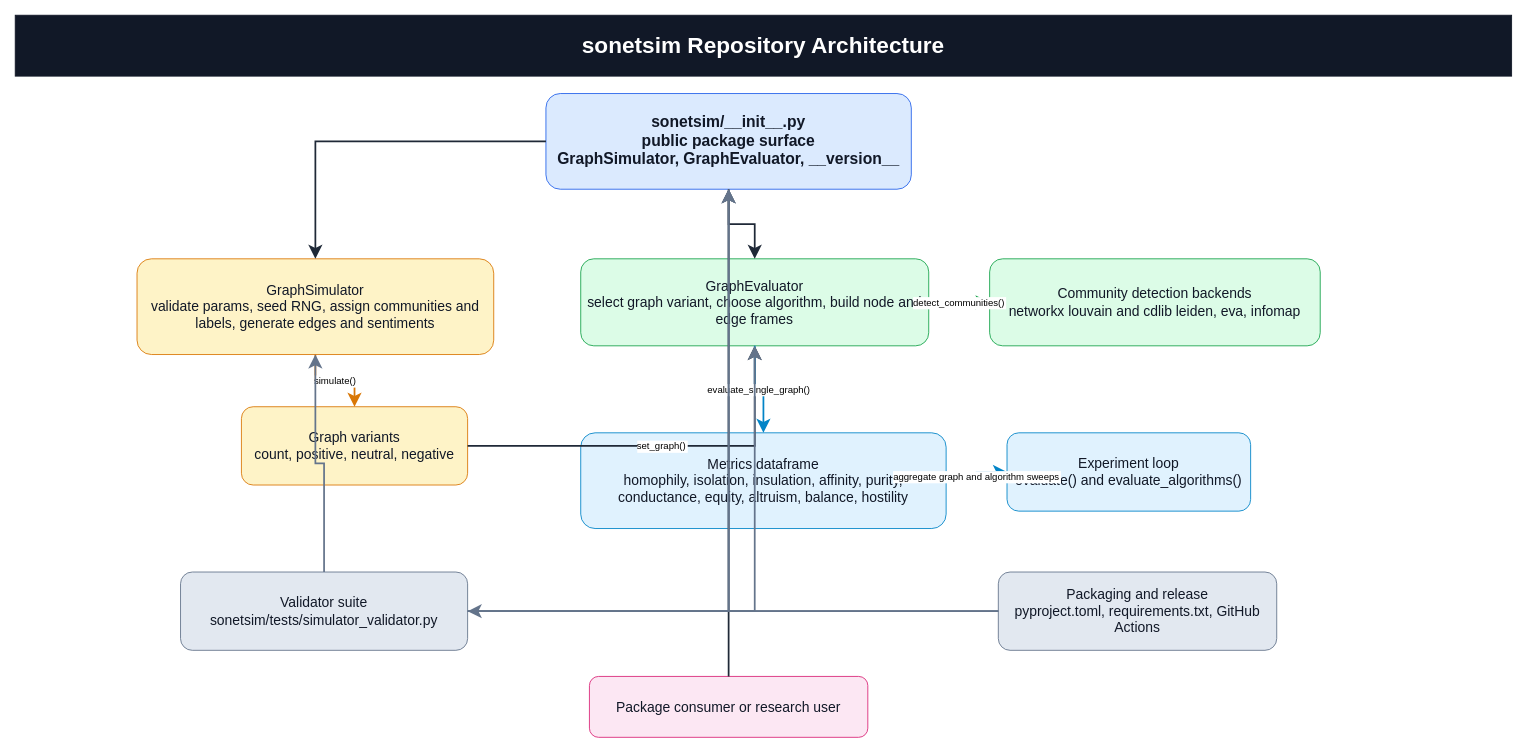
casonk/sonetsim keeps this draw.io diagram as docs/diagrams/repo-architecture.drawio. Above is the earlier version. Source tidied: cells renumbered, new cells numbered last; positions are measured from the earlier drawing's top-left corner, leaving out a move shared by most shapes. Both pictures are drawn from the tidied source at 87%, with x=0, y=0 at pixel (15, 15).
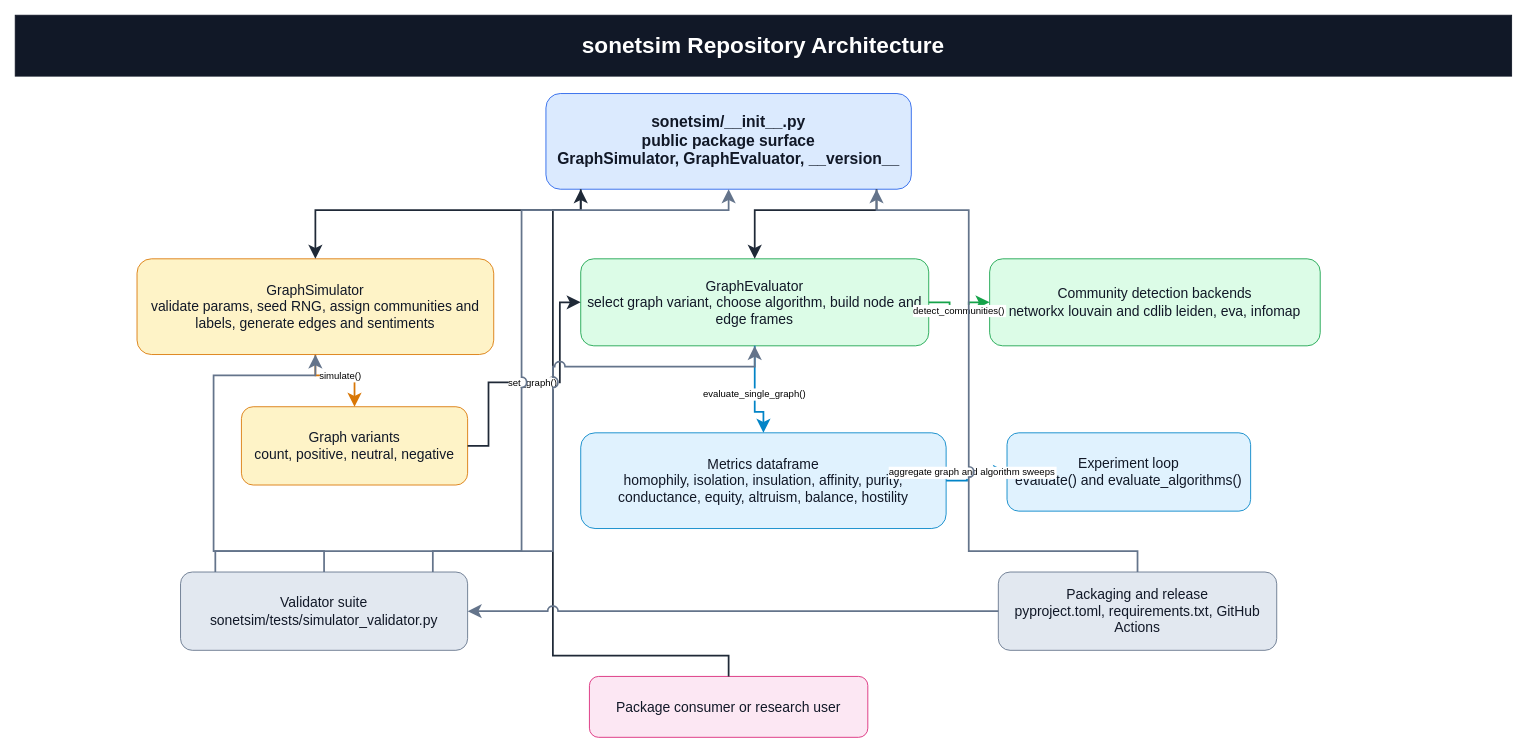
The same page after the edit.

Commit message (it also covers changes not shown here):
fix: refresh drawio architecture routes

Unchanged cells that the change refers to:
```xml
<mxCell id="3" value="sonetsim/__init__.py&#10;public package surface&#10;GraphSimulator, GraphEvaluator, __version__" style="rounded=1;whiteSpace=wrap;html=0;fillColor=#DBEAFE;strokeColor=#2563EB;fontColor=#111827;fontSize=18;fontStyle=1;align=center;verticalAlign=middle;spacing=8;" parent="1" vertex="1">
  <mxGeometry x="610" y="90" width="420" height="110" as="geometry" />
</mxCell>
<mxCell id="4" value="GraphSimulator&#10;validate params, seed RNG, assign communities and labels, generate edges and sentiments" style="rounded=1;whiteSpace=wrap;html=0;fillColor=#FEF3C7;strokeColor=#D97706;fontColor=#111827;fontSize=16;align=center;verticalAlign=middle;spacing=8;" parent="1" vertex="1">
  <mxGeometry x="140" y="280" width="410" height="110" as="geometry" />
</mxCell>
<mxCell id="5" value="Graph variants&#10;count, positive, neutral, negative" style="rounded=1;whiteSpace=wrap;html=0;fillColor=#FEF3C7;strokeColor=#D97706;fontColor=#111827;fontSize=16;align=center;verticalAlign=middle;spacing=8;" parent="1" vertex="1">
  <mxGeometry x="260" y="450" width="260" height="90" as="geometry" />
</mxCell>
<mxCell id="6" value="GraphEvaluator&#10;select graph variant, choose algorithm, build node and edge frames" style="rounded=1;whiteSpace=wrap;html=0;fillColor=#DCFCE7;strokeColor=#16A34A;fontColor=#111827;fontSize=16;align=center;verticalAlign=middle;spacing=8;" parent="1" vertex="1">
  <mxGeometry x="650" y="280" width="400" height="100" as="geometry" />
</mxCell>
<mxCell id="7" value="Community detection backends&#10;networkx louvain and cdlib leiden, eva, infomap" style="rounded=1;whiteSpace=wrap;html=0;fillColor=#DCFCE7;strokeColor=#16A34A;fontColor=#111827;fontSize=16;align=center;verticalAlign=middle;spacing=8;" parent="1" vertex="1">
  <mxGeometry x="1120" y="280" width="380" height="100" as="geometry" />
</mxCell>
<mxCell id="8" value="Metrics dataframe&#10;homophily, isolation, insulation, affinity, purity, conductance, equity, altruism, balance, hostility" style="rounded=1;whiteSpace=wrap;html=0;fillColor=#E0F2FE;strokeColor=#0284C7;fontColor=#111827;fontSize=16;align=center;verticalAlign=middle;spacing=8;" parent="1" vertex="1">
  <mxGeometry x="650" y="480" width="420" height="110" as="geometry" />
</mxCell>
<mxCell id="9" value="Experiment loop&#10;evaluate() and evaluate_algorithms()" style="rounded=1;whiteSpace=wrap;html=0;fillColor=#E0F2FE;strokeColor=#0284C7;fontColor=#111827;fontSize=16;align=center;verticalAlign=middle;spacing=8;" parent="1" vertex="1">
  <mxGeometry x="1140" y="480" width="280" height="90" as="geometry" />
</mxCell>
<mxCell id="10" value="Validator suite&#10;sonetsim/tests/simulator_validator.py" style="rounded=1;whiteSpace=wrap;html=0;fillColor=#E2E8F0;strokeColor=#64748B;fontColor=#111827;fontSize=16;align=center;verticalAlign=middle;spacing=8;" parent="1" vertex="1">
  <mxGeometry x="190" y="640" width="330" height="90" as="geometry" />
</mxCell>
<mxCell id="11" value="Packaging and release&#10;pyproject.toml, requirements.txt, GitHub Actions" style="rounded=1;whiteSpace=wrap;html=0;fillColor=#E2E8F0;strokeColor=#64748B;fontColor=#111827;fontSize=16;align=center;verticalAlign=middle;spacing=8;" parent="1" vertex="1">
  <mxGeometry x="1130" y="640" width="320" height="90" as="geometry" />
</mxCell>
<mxCell id="12" value="Package consumer or research user" style="rounded=1;whiteSpace=wrap;html=0;fillColor=#FCE7F3;strokeColor=#DB2777;fontColor=#111827;fontSize=16;align=center;verticalAlign=middle;spacing=8;" parent="1" vertex="1">
  <mxGeometry x="660" y="760" width="320" height="70" as="geometry" />
</mxCell>
```

Change to the diagram source:
```diff
@@
-    <mxCell id="13" style="rounded=0;html=0;strokeColor=#1F2937;edgeStyle=orthogonalEdgeStyle;jettySize=12;endArrow=classic;endFill=1;endSize=10;strokeWidth=2;" parent="1" edge="1" source="12" target="3">
-      <mxGeometry relative="1" as="geometry" />
+    <mxCell id="13" style="rounded=0;html=0;strokeColor=#1F2937;edgeStyle=orthogonalEdgeStyle;jettySize=12;endArrow=classic;endFill=1;endSize=10;strokeWidth=2;jumpStyle=arc;jumpSize=10;" parent="1" edge="1" source="12" target="3">
+      <mxGeometry relative="1" as="geometry">
+        <Array as="points">
+          <mxPoint x="820" y="736" />
+          <mxPoint x="618" y="736" />
+          <mxPoint x="618" y="224" />
+          <mxPoint x="650" y="224" />
+        </Array>
+      </mxGeometry>
     </mxCell>
-    <mxCell id="14" style="rounded=0;html=0;strokeColor=#1F2937;edgeStyle=orthogonalEdgeStyle;jettySize=12;endArrow=classic;endFill=1;endSize=10;strokeWidth=2;" parent="1" edge="1" source="3" target="4">
-      <mxGeometry relative="1" as="geometry" />
+    <mxCell id="14" style="rounded=0;html=0;strokeColor=#1F2937;edgeStyle=orthogonalEdgeStyle;jettySize=12;endArrow=classic;endFill=1;endSize=10;strokeWidth=2;jumpStyle=arc;jumpSize=10;" parent="1" edge="1" source="3" target="4">
+      <mxGeometry relative="1" as="geometry">
+        <Array as="points">
+          <mxPoint x="650" y="224" />
+          <mxPoint x="345" y="224" />
+          <mxPoint x="345" y="256" />
+        </Array>
+      </mxGeometry>
     </mxCell>
-    <mxCell id="15" style="rounded=0;html=0;strokeColor=#1F2937;edgeStyle=orthogonalEdgeStyle;jettySize=12;endArrow=classic;endFill=1;endSize=10;strokeWidth=2;" parent="1" edge="1" source="3" target="6">
-      <mxGeometry relative="1" as="geometry" />
+    <mxCell id="15" style="rounded=0;html=0;strokeColor=#1F2937;edgeStyle=orthogonalEdgeStyle;jettySize=12;endArrow=classic;endFill=1;endSize=10;strokeWidth=2;jumpStyle=arc;jumpSize=10;" parent="1" edge="1" source="3" target="6">
+      <mxGeometry relative="1" as="geometry">
+        <Array as="points">
+          <mxPoint x="990" y="224" />
+          <mxPoint x="850" y="224" />
+          <mxPoint x="850" y="256" />
+        </Array>
+      </mxGeometry>
     </mxCell>
-    <mxCell id="16" value="simulate()" style="rounded=0;html=0;strokeColor=#D97706;edgeStyle=orthogonalEdgeStyle;jettySize=12;endArrow=classic;endFill=1;endSize=10;strokeWidth=2;" parent="1" edge="1" source="4" target="5">
-      <mxGeometry relative="1" as="geometry" />
+    <mxCell id="16" value="simulate()" style="rounded=0;html=0;strokeColor=#D97706;edgeStyle=orthogonalEdgeStyle;jettySize=12;endArrow=classic;endFill=1;endSize=10;strokeWidth=2;jumpStyle=arc;jumpSize=10;" parent="1" edge="1" source="4" target="5">
+      <mxGeometry relative="1" as="geometry">
+        <Array as="points">
+          <mxPoint x="345" y="414" />
+          <mxPoint x="390" y="414" />
+          <mxPoint x="390" y="426" />
+        </Array>
+      </mxGeometry>
     </mxCell>
-    <mxCell id="17" value="set_graph()" style="rounded=0;html=0;strokeColor=#1F2937;edgeStyle=orthogonalEdgeStyle;jettySize=12;endArrow=classic;endFill=1;endSize=10;strokeWidth=2;" parent="1" edge="1" source="5" target="6">
-      <mxGeometry relative="1" as="geometry" />
+    <mxCell id="17" value="set_graph()" style="rounded=0;html=0;strokeColor=#1F2937;edgeStyle=orthogonalEdgeStyle;jettySize=12;endArrow=classic;endFill=1;endSize=10;strokeWidth=2;jumpStyle=arc;jumpSize=10;" parent="1" edge="1" source="5" target="6">
+      <mxGeometry relative="1" as="geometry">
+        <Array as="points">
+          <mxPoint x="544" y="495" />
+          <mxPoint x="544" y="422" />
+          <mxPoint x="626" y="422" />
+          <mxPoint x="626" y="330" />
+        </Array>
+      </mxGeometry>
     </mxCell>
-    <mxCell id="18" value="detect_communities()" style="rounded=0;html=0;strokeColor=#16A34A;edgeStyle=orthogonalEdgeStyle;jettySize=12;endArrow=classic;endFill=1;endSize=10;strokeWidth=2;" parent="1" edge="1" source="6" target="7">
-      <mxGeometry relative="1" as="geometry" />
+    <mxCell id="18" value="detect_communities()" style="rounded=0;html=0;strokeColor=#16A34A;edgeStyle=orthogonalEdgeStyle;jettySize=12;endArrow=classic;endFill=1;endSize=10;strokeWidth=2;jumpStyle=arc;jumpSize=10;" parent="1" edge="1" source="6" target="7">
+      <mxGeometry relative="1" as="geometry">
+        <Array as="points">
+          <mxPoint x="1074" y="330" />
+          <mxPoint x="1074" y="339" />
+          <mxPoint x="1096" y="339" />
+          <mxPoint x="1096" y="330" />
+        </Array>
+      </mxGeometry>
     </mxCell>
-    <mxCell id="19" value="evaluate_single_graph()" style="rounded=0;html=0;strokeColor=#0284C7;edgeStyle=orthogonalEdgeStyle;jettySize=12;endArrow=classic;endFill=1;endSize=10;strokeWidth=2;" parent="1" edge="1" source="6" target="8">
-      <mxGeometry relative="1" as="geometry" />
+    <mxCell id="19" value="evaluate_single_graph()" style="rounded=0;html=0;strokeColor=#0284C7;edgeStyle=orthogonalEdgeStyle;jettySize=12;endArrow=classic;endFill=1;endSize=10;strokeWidth=2;jumpStyle=arc;jumpSize=10;" parent="1" edge="1" source="6" target="8">
+      <mxGeometry relative="1" as="geometry">
+        <Array as="points">
+          <mxPoint x="850" y="404" />
+          <mxPoint x="850" y="456" />
+          <mxPoint x="860" y="456" />
+        </Array>
+      </mxGeometry>
     </mxCell>
-    <mxCell id="20" value="aggregate graph and algorithm sweeps" style="rounded=0;html=0;strokeColor=#0284C7;edgeStyle=orthogonalEdgeStyle;jettySize=12;endArrow=classic;endFill=1;endSize=10;strokeWidth=2;" parent="1" edge="1" source="8" target="9">
-      <mxGeometry relative="1" as="geometry" />
+    <mxCell id="20" value="aggregate graph and algorithm sweeps" style="rounded=0;html=0;strokeColor=#0284C7;edgeStyle=orthogonalEdgeStyle;jettySize=12;endArrow=classic;endFill=1;endSize=10;strokeWidth=2;jumpStyle=arc;jumpSize=10;" parent="1" edge="1" source="8" target="9">
+      <mxGeometry relative="1" as="geometry">
+        <Array as="points">
+          <mxPoint x="1094" y="535" />
+          <mxPoint x="1094" y="525" />
+          <mxPoint x="1116" y="525" />
+        </Array>
+      </mxGeometry>
     </mxCell>
-    <mxCell id="21" style="rounded=0;html=0;strokeColor=#64748B;edgeStyle=orthogonalEdgeStyle;jettySize=12;endArrow=classic;endFill=1;endSize=10;strokeWidth=2;" parent="1" edge="1" source="10" target="3">
-      <mxGeometry relative="1" as="geometry" />
+    <mxCell id="21" style="rounded=0;html=0;strokeColor=#64748B;edgeStyle=orthogonalEdgeStyle;jettySize=12;endArrow=classic;endFill=1;endSize=10;strokeWidth=2;jumpStyle=arc;jumpSize=10;" parent="1" edge="1" source="10" target="3">
+      <mxGeometry relative="1" as="geometry">
+        <Array as="points">
+          <mxPoint x="230" y="616" />
+          <mxPoint x="582" y="616" />
+          <mxPoint x="582" y="224" />
+          <mxPoint x="820" y="224" />
+        </Array>
+      </mxGeometry>
     </mxCell>
-    <mxCell id="22" style="rounded=0;html=0;strokeColor=#64748B;edgeStyle=orthogonalEdgeStyle;jettySize=12;endArrow=classic;endFill=1;endSize=10;strokeWidth=2;" parent="1" edge="1" source="10" target="4">
-      <mxGeometry relative="1" as="geometry" />
+    <mxCell id="22" style="rounded=0;html=0;strokeColor=#64748B;edgeStyle=orthogonalEdgeStyle;jettySize=12;endArrow=classic;endFill=1;endSize=10;strokeWidth=2;jumpStyle=arc;jumpSize=10;" parent="1" edge="1" source="10" target="4">
+      <mxGeometry relative="1" as="geometry">
+        <Array as="points">
+          <mxPoint x="355" y="616" />
+          <mxPoint x="228" y="616" />
+          <mxPoint x="228" y="414" />
+          <mxPoint x="345" y="414" />
+        </Array>
+      </mxGeometry>
     </mxCell>
-    <mxCell id="23" style="rounded=0;html=0;strokeColor=#64748B;edgeStyle=orthogonalEdgeStyle;jettySize=12;endArrow=classic;endFill=1;endSize=10;strokeWidth=2;" parent="1" edge="1" source="10" target="6">
-      <mxGeometry relative="1" as="geometry" />
+    <mxCell id="23" style="rounded=0;html=0;strokeColor=#64748B;edgeStyle=orthogonalEdgeStyle;jettySize=12;endArrow=classic;endFill=1;endSize=10;strokeWidth=2;jumpStyle=arc;jumpSize=10;" parent="1" edge="1" source="10" target="6">
+      <mxGeometry relative="1" as="geometry">
+        <Array as="points">
+          <mxPoint x="480" y="616" />
+          <mxPoint x="618" y="616" />
+          <mxPoint x="618" y="404" />
+          <mxPoint x="850" y="404" />
+        </Array>
+      </mxGeometry>
     </mxCell>
-    <mxCell id="24" style="rounded=0;html=0;strokeColor=#64748B;edgeStyle=orthogonalEdgeStyle;jettySize=12;endArrow=classic;endFill=1;endSize=10;strokeWidth=2;" parent="1" edge="1" source="11" target="3">
-      <mxGeometry relative="1" as="geometry" />
+    <mxCell id="24" style="rounded=0;html=0;strokeColor=#64748B;edgeStyle=orthogonalEdgeStyle;jettySize=12;endArrow=classic;endFill=1;endSize=10;strokeWidth=2;jumpStyle=arc;jumpSize=10;" parent="1" edge="1" source="11" target="3">
+      <mxGeometry relative="1" as="geometry">
+        <Array as="points">
+          <mxPoint x="1290" y="616" />
+          <mxPoint x="1096" y="616" />
+          <mxPoint x="1096" y="224" />
+          <mxPoint x="990" y="224" />
+        </Array>
+      </mxGeometry>
     </mxCell>
-    <mxCell id="25" style="rounded=0;html=0;strokeColor=#64748B;edgeStyle=orthogonalEdgeStyle;jettySize=12;endArrow=classic;endFill=1;endSize=10;strokeWidth=2;" parent="1" edge="1" source="11" target="10">
-      <mxGeometry relative="1" as="geometry" />
+    <mxCell id="25" style="rounded=0;html=0;strokeColor=#64748B;edgeStyle=orthogonalEdgeStyle;jettySize=12;endArrow=classic;endFill=1;endSize=10;strokeWidth=2;jumpStyle=arc;jumpSize=10;" parent="1" edge="1" source="11" target="10">
+      <mxGeometry relative="1" as="geometry">
+        <Array as="points">
+          <mxPoint x="1106" y="685" />
+          <mxPoint x="544" y="685" />
+        </Array>
+      </mxGeometry>
     </mxCell>
```
